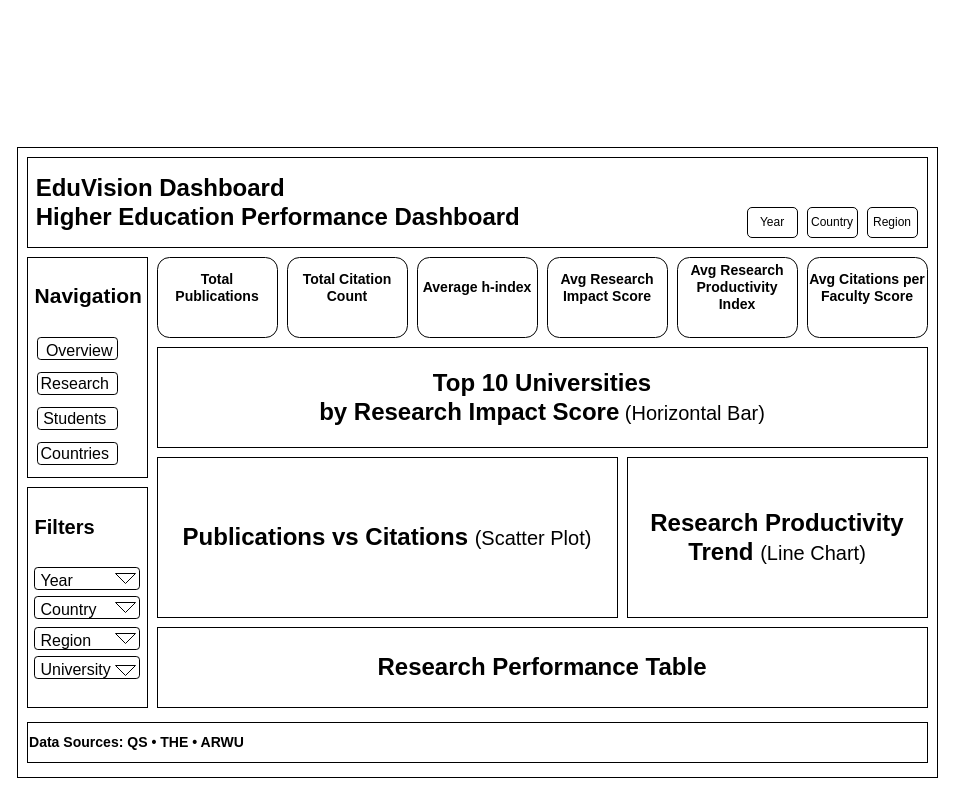
Before: page "Research_Analytics" (2 of 4) of powerbi/Module_4/storyboard/dashboard_storyboard.drawio in springboardmentor09876x-cmd/higher-education-dv, a draw.io diagram. Source tidied: cells renumbered, new cells numbered last; positions are measured from the earlier drawing's top-left corner, leaving out a move shared by most shapes. Both pictures are drawn from the tidied source at 100%, with x=0, y=0 at pixel (17, 147).
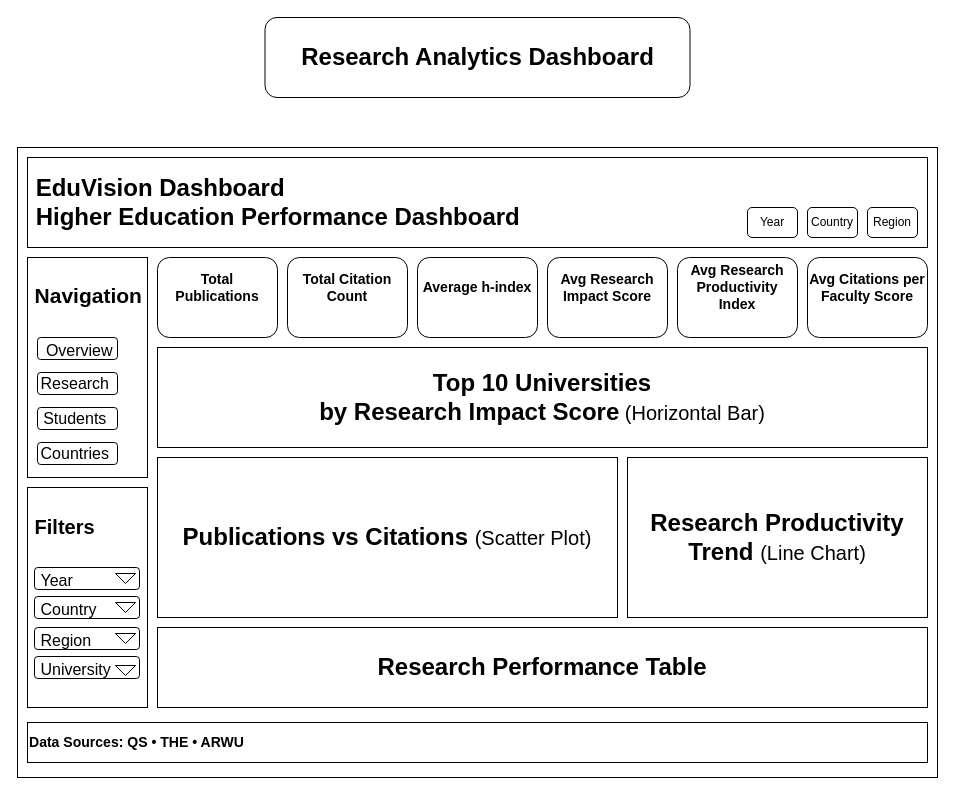
Above is the later version.

Commit message (it also covers changes not shown here):
docs(module4): Completed dashboard_storyboard

The edit, as a diff of the source:
```diff
@@
+    <mxCell id="34" value="&lt;h1&gt;Research Analytics Dashboard&lt;/h1&gt;" style="rounded=1;whiteSpace=wrap;html=1;" parent="1" vertex="1">
+      <mxGeometry x="247.5" y="-130" width="425" height="80" as="geometry" />
+    </mxCell>
```
